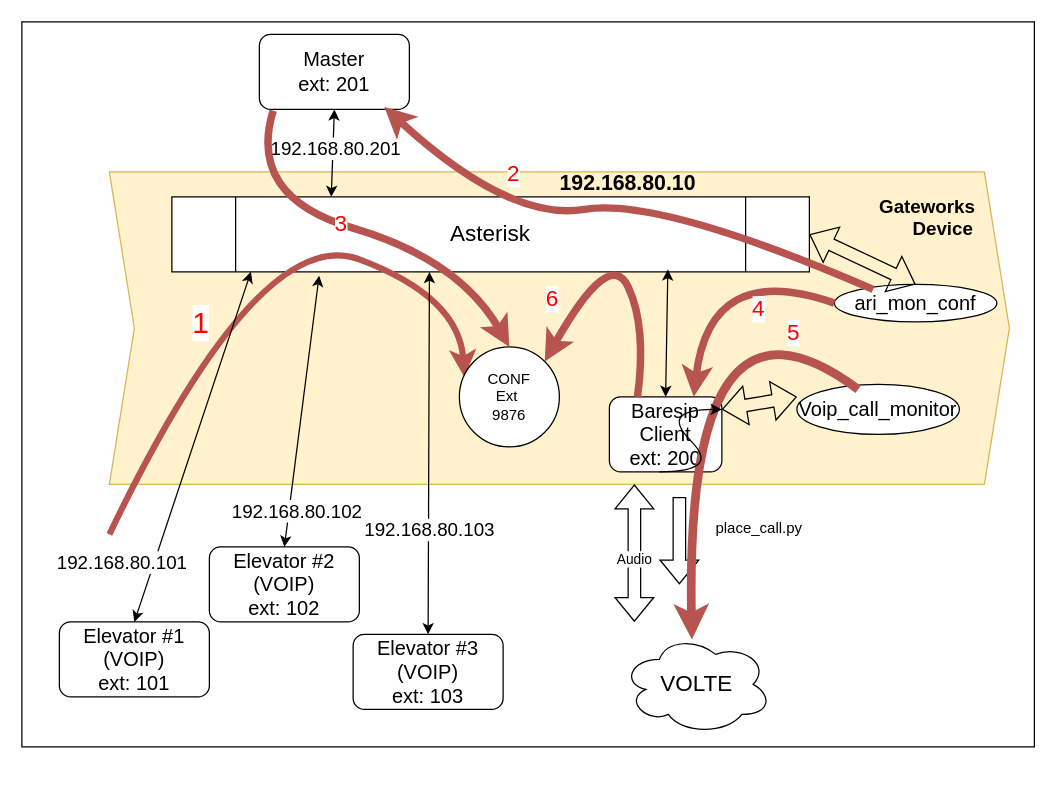
This is page "CallOutMode" (2 of 4) of VOIP/VOIPLayout.drawio from ENGK3/ConnectedDev, a draw.io file, before an edit. Source tidied: cells renumbered, new cells numbered last; positions are measured from the earlier drawing's top-left corner, leaving out a move shared by most shapes. Both pictures are drawn from the tidied source at 125%, with x=0, y=0 at pixel (21, 21).
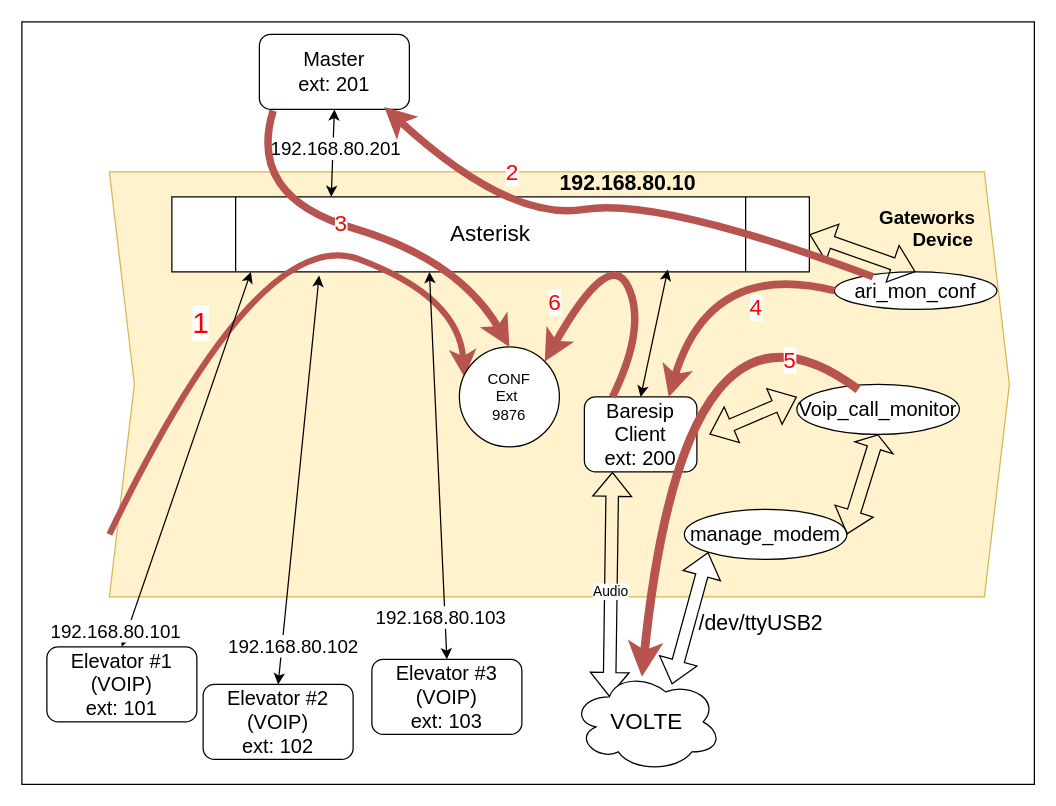
The same diagram, later.

Unchanged cells that the change refers to:
```xml
<mxCell id="8" value="&lt;span style=&quot;font-size: 16px;&quot;&gt;Voip_call_monitor&lt;/span&gt;" style="ellipse;whiteSpace=wrap;html=1;" parent="1" vertex="1">
  <mxGeometry x="620" y="290" width="130" height="40" as="geometry" />
</mxCell>
<mxCell id="18" style="endArrow=classic;startArrow=classic;html=1;rounded=0;entryX=0.5;entryY=0;entryDx=0;entryDy=0;exitX=0.124;exitY=1;exitDx=0;exitDy=0;exitPerimeter=0;" parent="1" edge="1" source="4" target="17">
  <mxGeometry relative="1" as="geometry" />
</mxCell>
<mxCell id="22" style="endArrow=classic;startArrow=classic;html=1;rounded=0;entryX=0.5;entryY=0;entryDx=0;entryDy=0;exitX=0.231;exitY=1.05;exitDx=0;exitDy=0;exitPerimeter=0;" parent="1" edge="1" source="4" target="20">
  <mxGeometry relative="1" as="geometry" />
</mxCell>
<mxCell id="24" style="endArrow=classic;startArrow=classic;html=1;rounded=0;entryX=0.5;entryY=0;entryDx=0;entryDy=0;exitX=0.404;exitY=1;exitDx=0;exitDy=0;exitPerimeter=0;" parent="1" edge="1" source="4" target="21">
  <mxGeometry relative="1" as="geometry" />
</mxCell>
<mxCell id="30" style="curved=1;endArrow=classic;html=1;rounded=0;exitX=0.377;exitY=0.1;exitDx=0;exitDy=0;exitPerimeter=0;entryX=0.467;entryY=0.05;entryDx=0;entryDy=0;entryPerimeter=0;fillColor=#f8cecc;strokeColor=#b85450;strokeWidth=7;" parent="1" edge="1" source="8" target="26">
  <mxGeometry relative="1" as="geometry">
    <Array as="points">
      <mxPoint x="530" y="190" />
    </Array>
  </mxGeometry>
</mxCell>
```

Change to the diagram source:
```diff
@@
     <mxCell id="2" style="rounded=0;whiteSpace=wrap;html=1;" parent="1" vertex="1">
-      <mxGeometry width="810" height="580" as="geometry" />
+      <mxGeometry width="810" height="610" as="geometry" />
     </mxCell>
-    <mxCell id="3" value="&lt;b&gt;&lt;font style=&quot;font-size: 15px;&quot;&gt;Gateworks&amp;nbsp; &amp;nbsp; &amp;nbsp;&amp;nbsp;&lt;br&gt;&lt;/font&gt;&lt;/b&gt;&lt;div style=&quot;text-align: center;&quot;&gt;&lt;span style=&quot;background-color: transparent; color: light-dark(rgb(0, 0, 0), rgb(255, 255, 255));&quot;&gt;&lt;b&gt;&lt;font style=&quot;font-size: 15px;&quot;&gt;Device&lt;/font&gt;&lt;/b&gt;&lt;/span&gt;&lt;/div&gt;&lt;div style=&quot;text-align: center;&quot;&gt;&lt;span style=&quot;background-color: transparent; color: light-dark(rgb(0, 0, 0), rgb(255, 255, 255));&quot;&gt;&lt;b&gt;&lt;font style=&quot;font-size: 15px;&quot;&gt;&lt;br&gt;&lt;/font&gt;&lt;/b&gt;&lt;/span&gt;&lt;/div&gt;&lt;div style=&quot;text-align: center;&quot;&gt;&lt;span style=&quot;background-color: transparent; color: light-dark(rgb(0, 0, 0), rgb(255, 255, 255));&quot;&gt;&lt;b&gt;&lt;font style=&quot;font-size: 15px;&quot;&gt;&lt;br&gt;&lt;/font&gt;&lt;/b&gt;&lt;/span&gt;&lt;/div&gt;&lt;div style=&quot;text-align: center;&quot;&gt;&lt;span style=&quot;background-color: transparent; color: light-dark(rgb(0, 0, 0), rgb(255, 255, 255));&quot;&gt;&lt;b&gt;&lt;font style=&quot;font-size: 15px;&quot;&gt;&lt;br&gt;&lt;/font&gt;&lt;/b&gt;&lt;/span&gt;&lt;/div&gt;&lt;div style=&quot;text-align: center;&quot;&gt;&lt;span style=&quot;background-color: transparent; color: light-dark(rgb(0, 0, 0), rgb(255, 255, 255));&quot;&gt;&lt;b&gt;&lt;font style=&quot;font-size: 15px;&quot;&gt;&lt;br&gt;&lt;/font&gt;&lt;/b&gt;&lt;/span&gt;&lt;/div&gt;&lt;div style=&quot;text-align: center;&quot;&gt;&lt;span style=&quot;background-color: transparent; color: light-dark(rgb(0, 0, 0), rgb(255, 255, 255));&quot;&gt;&lt;b&gt;&lt;font style=&quot;font-size: 15px;&quot;&gt;&lt;br&gt;&lt;/font&gt;&lt;/b&gt;&lt;/span&gt;&lt;/div&gt;&lt;div style=&quot;text-align: center;&quot;&gt;&lt;span style=&quot;background-color: transparent; color: light-dark(rgb(0, 0, 0), rgb(255, 255, 255));&quot;&gt;&lt;b&gt;&lt;font style=&quot;font-size: 15px;&quot;&gt;&lt;br&gt;&lt;/font&gt;&lt;/b&gt;&lt;/span&gt;&lt;/div&gt;&lt;div style=&quot;text-align: center;&quot;&gt;&lt;span style=&quot;background-color: transparent; color: light-dark(rgb(0, 0, 0), rgb(255, 255, 255));&quot;&gt;&lt;b&gt;&lt;font style=&quot;font-size: 15px;&quot;&gt;&lt;br&gt;&lt;/font&gt;&lt;/b&gt;&lt;/span&gt;&lt;/div&gt;&lt;div style=&quot;text-align: center;&quot;&gt;&lt;span style=&quot;background-color: transparent; color: light-dark(rgb(0, 0, 0), rgb(255, 255, 255));&quot;&gt;&lt;b&gt;&lt;font style=&quot;font-size: 15px;&quot;&gt;&lt;br&gt;&lt;/font&gt;&lt;/b&gt;&lt;/span&gt;&lt;/div&gt;&lt;div style=&quot;text-align: center;&quot;&gt;&lt;span style=&quot;background-color: transparent; color: light-dark(rgb(0, 0, 0), rgb(255, 255, 255));&quot;&gt;&lt;b&gt;&lt;font style=&quot;font-size: 15px;&quot;&gt;&lt;br&gt;&lt;/font&gt;&lt;/b&gt;&lt;/span&gt;&lt;/div&gt;&lt;div style=&quot;text-align: center;&quot;&gt;&lt;span style=&quot;background-color: transparent; color: light-dark(rgb(0, 0, 0), rgb(255, 255, 255));&quot;&gt;&lt;br&gt;&lt;/span&gt;&lt;/div&gt;" style="shape=step;perimeter=stepPerimeter;whiteSpace=wrap;html=1;fixedSize=1;rotation=0;fillColor=#fff2cc;strokeColor=#d6b656;align=right;" parent="1" vertex="1">
-      <mxGeometry x="70" y="120" width="720" height="250" as="geometry" />
+    <mxCell id="3" value="&lt;b&gt;&lt;font style=&quot;font-size: 15px;&quot;&gt;Gateworks&amp;nbsp; &amp;nbsp; &amp;nbsp;&amp;nbsp;&lt;br&gt;&lt;/font&gt;&lt;/b&gt;&lt;div style=&quot;text-align: center;&quot;&gt;&lt;span style=&quot;background-color: transparent; color: light-dark(rgb(0, 0, 0), rgb(255, 255, 255));&quot;&gt;&lt;b&gt;&lt;font style=&quot;font-size: 15px;&quot;&gt;Device&lt;/font&gt;&lt;/b&gt;&lt;/span&gt;&lt;/div&gt;&lt;div style=&quot;text-align: center;&quot;&gt;&lt;span style=&quot;background-color: transparent; color: light-dark(rgb(0, 0, 0), rgb(255, 255, 255));&quot;&gt;&lt;b&gt;&lt;font style=&quot;font-size: 15px;&quot;&gt;&lt;br&gt;&lt;/font&gt;&lt;/b&gt;&lt;/span&gt;&lt;/div&gt;&lt;div style=&quot;text-align: center;&quot;&gt;&lt;span style=&quot;background-color: transparent; color: light-dark(rgb(0, 0, 0), rgb(255, 255, 255));&quot;&gt;&lt;b&gt;&lt;font style=&quot;font-size: 15px;&quot;&gt;&lt;br&gt;&lt;/font&gt;&lt;/b&gt;&lt;/span&gt;&lt;/div&gt;&lt;div style=&quot;text-align: center;&quot;&gt;&lt;span style=&quot;background-color: transparent; color: light-dark(rgb(0, 0, 0), rgb(255, 255, 255));&quot;&gt;&lt;b&gt;&lt;font style=&quot;font-size: 15px;&quot;&gt;&lt;br&gt;&lt;/font&gt;&lt;/b&gt;&lt;/span&gt;&lt;/div&gt;&lt;div style=&quot;text-align: center;&quot;&gt;&lt;span style=&quot;background-color: transparent; color: light-dark(rgb(0, 0, 0), rgb(255, 255, 255));&quot;&gt;&lt;b&gt;&lt;font style=&quot;font-size: 15px;&quot;&gt;&lt;br&gt;&lt;/font&gt;&lt;/b&gt;&lt;/span&gt;&lt;/div&gt;&lt;div style=&quot;text-align: center;&quot;&gt;&lt;span style=&quot;background-color: transparent; color: light-dark(rgb(0, 0, 0), rgb(255, 255, 255));&quot;&gt;&lt;b&gt;&lt;font style=&quot;font-size: 15px;&quot;&gt;&lt;br&gt;&lt;/font&gt;&lt;/b&gt;&lt;/span&gt;&lt;/div&gt;&lt;div style=&quot;text-align: center;&quot;&gt;&lt;span style=&quot;background-color: transparent; color: light-dark(rgb(0, 0, 0), rgb(255, 255, 255));&quot;&gt;&lt;b&gt;&lt;font style=&quot;font-size: 15px;&quot;&gt;&lt;br&gt;&lt;/font&gt;&lt;/b&gt;&lt;/span&gt;&lt;/div&gt;&lt;div style=&quot;text-align: center;&quot;&gt;&lt;span style=&quot;background-color: transparent; color: light-dark(rgb(0, 0, 0), rgb(255, 255, 255));&quot;&gt;&lt;b&gt;&lt;font style=&quot;font-size: 15px;&quot;&gt;&lt;br&gt;&lt;/font&gt;&lt;/b&gt;&lt;/span&gt;&lt;/div&gt;&lt;div style=&quot;text-align: center;&quot;&gt;&lt;span style=&quot;background-color: transparent; color: light-dark(rgb(0, 0, 0), rgb(255, 255, 255));&quot;&gt;&lt;b&gt;&lt;font style=&quot;font-size: 15px;&quot;&gt;&lt;br&gt;&lt;/font&gt;&lt;/b&gt;&lt;/span&gt;&lt;/div&gt;&lt;div style=&quot;text-align: center;&quot;&gt;&lt;span style=&quot;background-color: transparent; color: light-dark(rgb(0, 0, 0), rgb(255, 255, 255));&quot;&gt;&lt;b&gt;&lt;font style=&quot;font-size: 15px;&quot;&gt;&lt;br&gt;&lt;/font&gt;&lt;/b&gt;&lt;/span&gt;&lt;/div&gt;&lt;div style=&quot;text-align: center;&quot;&gt;&lt;span style=&quot;background-color: transparent; color: light-dark(rgb(0, 0, 0), rgb(255, 255, 255));&quot;&gt;&lt;br&gt;&lt;/span&gt;&lt;/div&gt;&lt;div style=&quot;text-align: center;&quot;&gt;&lt;span style=&quot;background-color: transparent; color: light-dark(rgb(0, 0, 0), rgb(255, 255, 255));&quot;&gt;&lt;br&gt;&lt;/span&gt;&lt;/div&gt;&lt;div style=&quot;text-align: center;&quot;&gt;&lt;span style=&quot;background-color: transparent; color: light-dark(rgb(0, 0, 0), rgb(255, 255, 255));&quot;&gt;&lt;br&gt;&lt;/span&gt;&lt;/div&gt;&lt;div style=&quot;text-align: center;&quot;&gt;&lt;span style=&quot;background-color: transparent; color: light-dark(rgb(0, 0, 0), rgb(255, 255, 255));&quot;&gt;&lt;br&gt;&lt;/span&gt;&lt;/div&gt;&lt;div style=&quot;text-align: center;&quot;&gt;&lt;span style=&quot;background-color: transparent; color: light-dark(rgb(0, 0, 0), rgb(255, 255, 255));&quot;&gt;&lt;br&gt;&lt;/span&gt;&lt;/div&gt;&lt;div style=&quot;text-align: center;&quot;&gt;&lt;span style=&quot;background-color: transparent; color: light-dark(rgb(0, 0, 0), rgb(255, 255, 255));&quot;&gt;&lt;br&gt;&lt;/span&gt;&lt;/div&gt;" style="shape=step;perimeter=stepPerimeter;whiteSpace=wrap;html=1;fixedSize=1;rotation=0;fillColor=#fff2cc;strokeColor=#d6b656;align=right;" parent="1" vertex="1">
+      <mxGeometry x="70" y="120" width="720" height="340" as="geometry" />
     </mxCell>
@@
     <mxCell id="7" value="&lt;font style=&quot;font-size: 16px;&quot;&gt;Baresip&lt;br&gt;Client&lt;br&gt;ext: 200&lt;/font&gt;" style="rounded=1;whiteSpace=wrap;html=1;" parent="1" vertex="1">
-      <mxGeometry x="470" y="300" width="90" height="60" as="geometry" />
+      <mxGeometry x="450" y="300" width="90" height="60" as="geometry" />
     </mxCell>
@@
-    <mxCell id="9" style="shape=flexArrow;endArrow=classic;html=1;rounded=0;" parent="1" edge="1">
+    <mxCell id="9" style="shape=flexArrow;endArrow=classic;html=1;rounded=0;exitX=0;exitY=1;exitDx=0;exitDy=0;fillColor=default;startArrow=block;" parent="1" edge="1" source="44">
       <mxGeometry relative="1" as="geometry">
-        <mxPoint x="526" y="380" as="sourcePoint" />
-        <mxPoint x="526" y="450" as="targetPoint" />
+        <mxPoint x="520" y="530" as="targetPoint" />
       </mxGeometry>
     </mxCell>
-    <mxCell id="10" value="place_call.py" style="text;html=1;align=center;verticalAlign=middle;whiteSpace=wrap;rounded=0;" parent="1" vertex="1">
-      <mxGeometry x="550" y="390" width="80" height="30" as="geometry" />
-    </mxCell>
+    <mxCell id="43" value="&lt;font style=&quot;font-size: 17px;&quot;&gt;/dev/ttyUSB2&lt;/font&gt;" style="edgeLabel;html=1;align=center;verticalAlign=middle;" parent="9" vertex="1">
+      <mxGeometry x="0.08" y="3" relative="1" as="geometry">
+        <mxPoint x="54" as="offset" />
+      </mxGeometry>
+    </mxCell>
-    <mxCell id="11" style="shape=flexArrow;endArrow=classic;startArrow=classic;html=1;rounded=0;" parent="1" edge="1">
-      <mxGeometry relative="1" as="geometry">
-        <mxPoint x="490" y="480" as="sourcePoint" />
-        <mxPoint x="490" y="370" as="targetPoint" />
-      </mxGeometry>
+    <mxCell id="11" style="shape=flexArrow;endArrow=classic;startArrow=classic;html=1;rounded=0;exitX=0.25;exitY=0.25;exitDx=0;exitDy=0;exitPerimeter=0;entryX=0.25;entryY=1;entryDx=0;entryDy=0;" parent="1" edge="1" source="26" target="7">
+      <mxGeometry relative="1" as="geometry" />
     </mxCell>
@@
     <mxCell id="17" value="&lt;span style=&quot;font-size: 16px;&quot;&gt;Elevator #1&lt;br&gt;(VOIP)&lt;/span&gt;&lt;div&gt;&lt;span style=&quot;font-size: 16px;&quot;&gt;ext: 101&lt;/span&gt;&lt;/div&gt;" style="rounded=1;whiteSpace=wrap;html=1;" parent="1" vertex="1">
-      <mxGeometry x="30" y="480" width="120" height="60" as="geometry" />
+      <mxGeometry x="20" y="500" width="120" height="60" as="geometry" />
     </mxCell>
@@
     <mxCell id="19" value="&lt;font style=&quot;font-size: 15px;&quot;&gt;192.168.80.101&lt;/font&gt;" style="edgeLabel;html=1;align=center;verticalAlign=middle;" parent="18" vertex="1">
       <mxGeometry x="0.15" relative="1" as="geometry">
-        <mxPoint x="-50" y="70" as="offset" />
+        <mxPoint x="-50" y="114" as="offset" />
       </mxGeometry>
     </mxCell>
     <mxCell id="20" value="&lt;span style=&quot;font-size: 16px;&quot;&gt;Elevator #2&lt;br&gt;(VOIP)&lt;/span&gt;&lt;div&gt;&lt;span style=&quot;font-size: 16px;&quot;&gt;ext: 102&lt;/span&gt;&lt;/div&gt;" style="rounded=1;whiteSpace=wrap;html=1;" parent="1" vertex="1">
-      <mxGeometry x="150" y="420" width="120" height="60" as="geometry" />
+      <mxGeometry x="145" y="530" width="120" height="60" as="geometry" />
     </mxCell>
     <mxCell id="21" value="&lt;span style=&quot;font-size: 16px;&quot;&gt;Elevator #3&lt;br&gt;(VOIP)&lt;/span&gt;&lt;div&gt;&lt;span style=&quot;font-size: 16px;&quot;&gt;ext: 103&lt;/span&gt;&lt;/div&gt;" style="rounded=1;whiteSpace=wrap;html=1;" parent="1" vertex="1">
-      <mxGeometry x="265" y="490" width="120" height="60" as="geometry" />
+      <mxGeometry x="280" y="510" width="120" height="60" as="geometry" />
     </mxCell>
@@
     <mxCell id="23" value="&lt;font style=&quot;font-size: 15px;&quot;&gt;192.168.80.102&lt;/font&gt;" style="edgeLabel;html=1;align=center;verticalAlign=middle;" parent="22" vertex="1">
       <mxGeometry x="0.15" relative="1" as="geometry">
-        <mxPoint x="-2" y="63" as="offset" />
+        <mxPoint x="-2" y="107" as="offset" />
       </mxGeometry>
     </mxCell>
@@
     <mxCell id="25" value="&lt;font style=&quot;font-size: 15px;&quot;&gt;192.168.80.103&lt;/font&gt;" style="edgeLabel;html=1;align=center;verticalAlign=middle;" parent="24" vertex="1">
       <mxGeometry x="0.15" relative="1" as="geometry">
-        <mxPoint y="39" as="offset" />
+        <mxPoint y="98" as="offset" />
       </mxGeometry>
     </mxCell>
     <mxCell id="26" value="&lt;font style=&quot;font-size: 18px;&quot;&gt;VOLTE&lt;/font&gt;" style="ellipse;shape=cloud;whiteSpace=wrap;html=1;" parent="1" vertex="1">
-      <mxGeometry x="480" y="490" width="120" height="80" as="geometry" />
+      <mxGeometry x="440" y="520" width="120" height="80" as="geometry" />
     </mxCell>
@@
     <mxCell id="29" style="shape=flexArrow;endArrow=classic;startArrow=classic;html=1;rounded=0;" parent="1" edge="1">
       <mxGeometry relative="1" as="geometry">
-        <mxPoint x="560" y="310" as="sourcePoint" />
+        <mxPoint x="550" y="330" as="sourcePoint" />
         <mxPoint x="620" y="300" as="targetPoint" />
       </mxGeometry>
     </mxCell>
@@
     <mxCell id="31" value="&lt;font style=&quot;font-size: 18px;&quot; color=&quot;#ff0000&quot;&gt;5&lt;/font&gt;" style="edgeLabel;html=1;align=center;verticalAlign=middle;" parent="30" vertex="1">
       <mxGeometry x="-0.47" y="13" relative="1" as="geometry">
-        <mxPoint x="57" y="20" as="offset" />
+        <mxPoint x="60" y="47" as="offset" />
       </mxGeometry>
     </mxCell>
@@
     <mxCell id="34" value="&lt;span style=&quot;font-size: 16px;&quot;&gt;ari_mon_conf&lt;/span&gt;" style="ellipse;whiteSpace=wrap;html=1;" parent="1" vertex="1">
-      <mxGeometry x="650" y="210" width="130" height="30" as="geometry" />
+      <mxGeometry x="650" y="200" width="130" height="30" as="geometry" />
     </mxCell>
@@
-    <mxCell id="40" style="curved=1;endArrow=classic;html=1;rounded=0;" parent="1" edge="1">
-      <mxGeometry relative="1" as="geometry">
-        <mxPoint x="510" y="360" as="sourcePoint" />
-        <mxPoint x="560" y="310" as="targetPoint" />
-        <Array as="points">
-          <mxPoint x="560" y="360" />
-          <mxPoint x="510" y="310" />
-        </Array>
-      </mxGeometry>
-    </mxCell>
@@
+    <mxCell id="44" value="&lt;span style=&quot;font-size: 16px;&quot;&gt;manage_modem&lt;/span&gt;" style="ellipse;whiteSpace=wrap;html=1;" parent="1" vertex="1">
+      <mxGeometry x="530" y="390" width="130" height="40" as="geometry" />
+    </mxCell>
+    <mxCell id="45" style="shape=flexArrow;endArrow=classic;startArrow=classic;html=1;rounded=0;entryX=0.5;entryY=1;entryDx=0;entryDy=0;width=11;endSize=3.26;exitX=1;exitY=0.5;exitDx=0;exitDy=0;" parent="1" edge="1" source="44" target="8">
+      <mxGeometry relative="1" as="geometry" />
+    </mxCell>
```
